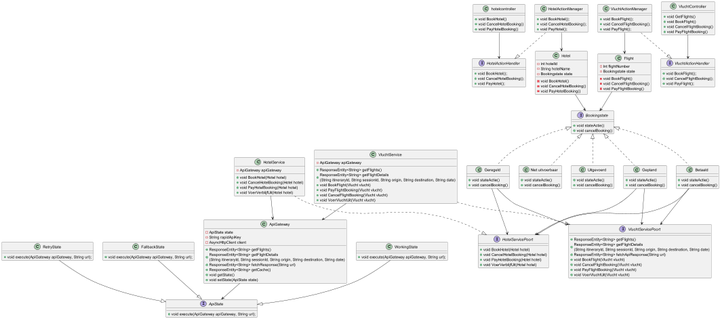
Before: prototypes/groepB4/src/main/java/triptop/groepB4/diagrammen/state_pattern_class_diagram.png, a diagram exported from PlantUML (AIM-ENE-feb25/triptop-groep-b4). Source of this version:
```plantuml
@startuml

interface "HotelActionHandler"{
+ void BookHotel();
+ void CancelHotelBooking();
+ void PayHotel();
}
interface "VluchtActionHandler"{
+ void BookFlight();
+ void CancelFlightBooking();
+ void PayFlight();
}
interface "VluchtServicePoort"{
+ ResponseEntity<String> getFlights()
+ ResponseEntity<String> getFlightDetails\n(String itineraryId, String sessionId, String origin, String destination, String date)
+ ResponseEntity<String> fetchApiResponse(String url)
+ void BookFlight(Vlucht vlucht)
+ void CancelFlightBooking(Vlucht vlucht)
+ void PayFlightBooking(Vlucht vlucht)
+ void VoerVluchtUit(Vlucht vlucht)
}
interface "HotelServicePoort"{
+ void BookHotel(Hotel hotel)
+ void CancelHotelBooking(Hotel hotel)
+ void PayHotelBooking(Hotel hotel)
+ void VoerVerblijfUit(Hotel hotel)
}
interface "Bookingstate" {
+ void stateActie()
+ void cancelBooking()
}
interface ApiState {
+ void execute(ApiGateway apiGateway, String url);
}
class "hotelcontroller" {
+ void BookHotel()
+ void CancelHotelBooking()
+ void PayHotelBooking()
}
class "HotelService"{
- ApiGateway apiGateway
+ void BookHotel(Hotel hotel)
+ void CancelHotelBooking(Hotel hotel)
+ void PayHotelBooking(Hotel hotel)
+ void VoerVerblijfUit(Hotel hotel)
}
class "VluchtController"{
+ void GetFlights()
+ void BookFlight()
+ void CancelFlightBooking()
+ void PayFlightBooking()
}
class "VluchtService"{
- ApiGateway apiGateway
+ ResponseEntity<String> getFlights()
+ ResponseEntity<String> getFlightDetails\n(String itineraryId, String sessionId, String origin, String destination, String date)
+ void BookFlight(Vlucht vlucht)
+ void PayFlightBooking(Vlucht vlucht)
+ void CancelFlightBooking(Vlucht vlucht)
+ void VoerVluchtUit(Vlucht vlucht)
}
class WorkingState {
    + void execute(ApiGateway apiGateway, String url);
}
class RetryState {
    + void execute(ApiGateway apiGateway, String url);
}

class FallbackState {
    + void execute(ApiGateway apiGateway, String url);
}
class ApiGateway{
    - ApiState state
    - String rapidApiKey
    - AsyncHttpClient client
    + ResponseEntity<String> getFlights()
    + ResponseEntity<String> getFlightDetails\n(String itineraryId, String sessionId, String origin, String destination, String date)
    + ResponseEntity<String> fetchResponse(String url)
    + ResponseEntity<String> getCache()
    + void getState()
    + void setState(ApiState state)
}

class "HotelActionManager"{
+ void BookHotel();
+ void CancelHotelBooking();
+ void PayHotel();
}
class "VluchtActionManager"{
+ void BookFlight();
+ void CancelFlightBooking();
+ void PayFlight();
}
class "Gepland" {
+ void stateActie()
+ void cancelBooking()
}
class "Geregeld" {
+ void stateActie()
+ void cancelBooking()
}
class "Betaald" {
+ void stateActie()
+ void cancelBooking()
}
class "Niet uitvoerbaar" {
+ void stateActie()
+ void cancelBooking()
}
class "Uitgevoerd" {
+ void stateActie()
+ void cancelBooking()
}
class "Hotel" {
- int hotelId
- String hotelName
- Bookingstate state
- void BookHotel()
- void CancelHotelBooking()
- void PayHotelBooking()
}
class "Flight" {
- Int flightNumber
- Bookingstate state
- void BookFlight()
- void CancelFlightBooking()
- void PayFlightBooking()
}

"hotelcontroller" --> "HotelActionHandler"
"HotelService" 	..|> "HotelServicePoort"
"VluchtController" --> "VluchtActionHandler"
"VluchtService" ..|> "VluchtServicePoort"
"VluchtService" --> "ApiGateway"
"HotelService" --> "ApiGateway"
"HotelActionManager" ..|> "HotelActionHandler"
"VluchtActionManager" ..|> "VluchtActionHandler"
"Gepland" --> "HotelServicePoort"
"Gepland" --> "VluchtServicePoort"
"Geregeld" --> "HotelServicePoort"
"Geregeld" --> "VluchtServicePoort"
"Betaald" --> "HotelServicePoort"
"Betaald" --> "VluchtServicePoort"
"Flight" --> "Bookingstate"
"Hotel" --> "Bookingstate"
"Bookingstate" <|.. "Gepland"
"Bookingstate" <|.. "Geregeld"
"Bookingstate" <|.. "Betaald"
"Bookingstate" <|.. "Niet uitvoerbaar"
"Bookingstate" <|.. "Uitgevoerd"
"VluchtActionManager" --> "Flight"
"HotelActionManager" --> "Hotel"
"ApiGateway" --> "ApiState"
"WorkingState" --|> "ApiState"
"RetryState" --|> "ApiState"
"FallbackState" --|> "ApiState"

@enduml
```
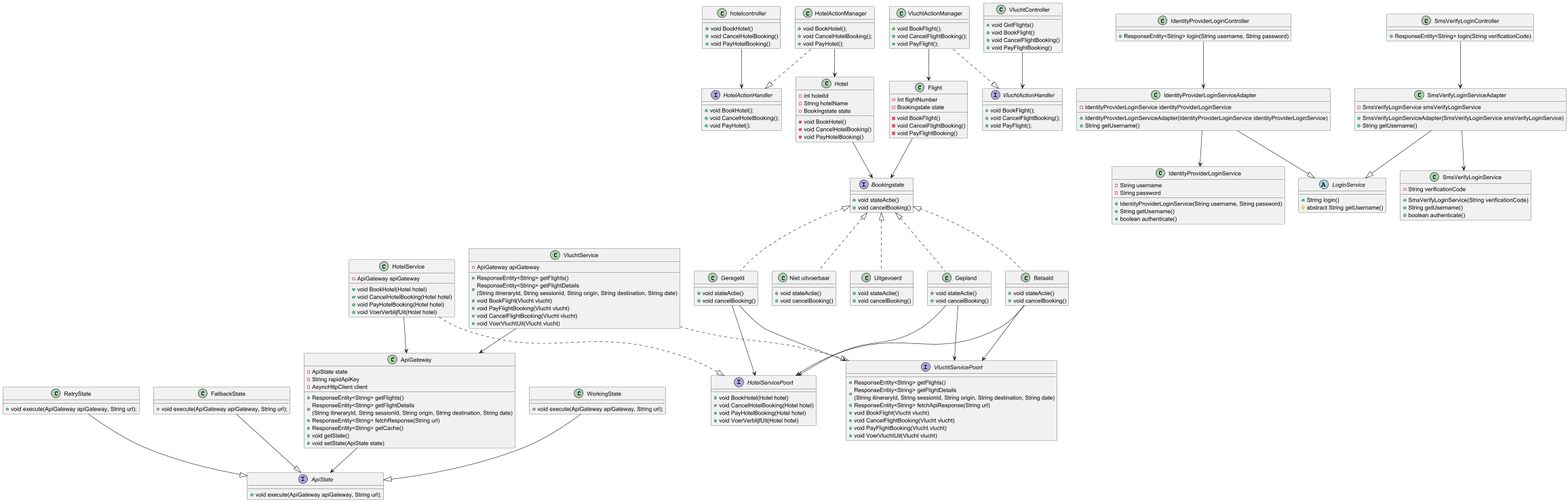
After the commit.

Commit message:
Algemene diagram

What changed in the source:
```diff
@@ -127,6 +127,46 @@
 - void PayFlightBooking()
 }
 
+class IdentityProviderLoginController {
+    +ResponseEntity<String> login(String username, String password)
+}
+
+class SmsVerifyLoginController {
+    +ResponseEntity<String> login(String verificationCode)
+}
+
+abstract class LoginService {
+    +String login()
+    #abstract String getUsername()
+}
+
+class IdentityProviderLoginService {
+    -String username
+    -String password
+    +IdentityProviderLoginService(String username, String password)
+    +String getUsername()
+    +boolean authenticate()
+}
+
+class IdentityProviderLoginServiceAdapter {
+    -IdentityProviderLoginService identityProviderLoginService
+    +IdentityProviderLoginServiceAdapter(IdentityProviderLoginService identityProviderLoginService)
+    +String getUsername()
+}
+
+class SmsVerifyLoginService {
+    -String verificationCode
+    +SmsVerifyLoginService(String verificationCode)
+    +String getUsername()
+    +boolean authenticate()
+}
+
+class SmsVerifyLoginServiceAdapter {
+    -SmsVerifyLoginService smsVerifyLoginService
+    +SmsVerifyLoginServiceAdapter(SmsVerifyLoginService smsVerifyLoginService)
+    +String getUsername()
+}
+
 "hotelcontroller" --> "HotelActionHandler"
 "HotelService" 	..|> "HotelServicePoort"
 "VluchtController" --> "VluchtActionHandler"
@@ -154,5 +194,11 @@
 "WorkingState" --|> "ApiState"
 "RetryState" --|> "ApiState"
 "FallbackState" --|> "ApiState"
+IdentityProviderLoginController --> IdentityProviderLoginServiceAdapter
+IdentityProviderLoginServiceAdapter --|> LoginService
+IdentityProviderLoginServiceAdapter --> IdentityProviderLoginService
+SmsVerifyLoginController --> SmsVerifyLoginServiceAdapter
+SmsVerifyLoginServiceAdapter --|> LoginService
+SmsVerifyLoginServiceAdapter --> SmsVerifyLoginService
 
 @enduml
```
